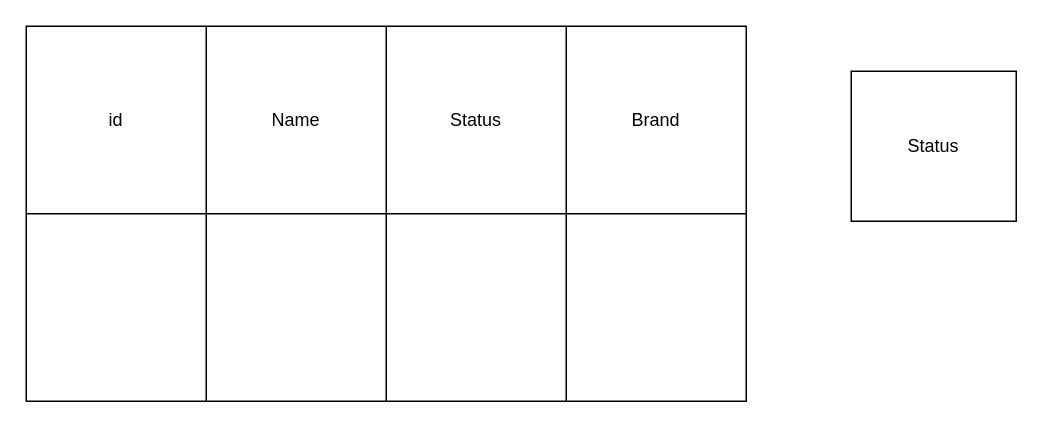
The draw.io diagram schema-design/product.drawio in pritammimo/node-with-drizzle, before the edit. Source tidied: cells renumbered, new cells numbered last; positions are measured from the earlier drawing's top-left corner, leaving out a move shared by most shapes. Both pictures are drawn from the tidied source at 150%, with x=0, y=0 at pixel (26, 26).
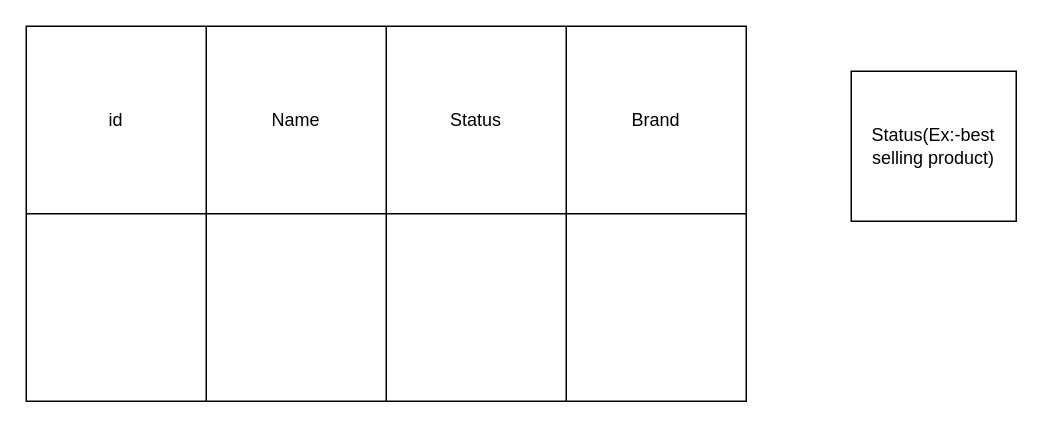
The same diagram, later.

The edit, as a diff of the source:
```diff
@@
 <mxGraphModel>
   <root>
     <mxCell id="0" />
     <mxCell id="1" parent="0" />
     <mxCell id="2" style="shape=table;startSize=0;childLayout=tableLayout;" parent="1" vertex="1">
       <mxGeometry width="480" height="250" as="geometry" />
     </mxCell>
     <mxCell id="3" style="shape=tableRow;horizontal=0;startSize=0;swimlaneHead=0;swimlaneBody=0;top=0;left=0;bottom=0;right=0;fillColor=none;" parent="2" vertex="1">
       <mxGeometry width="480" height="125" as="geometry" />
     </mxCell>
     <mxCell id="4" value="id" style="shape=partialRectangle;html=1;whiteSpace=wrap;overflow=hidden;fillColor=none;top=0;left=0;bottom=0;right=0;" parent="3" vertex="1">
       <mxGeometry width="120" height="125" as="geometry" />
     </mxCell>
     <mxCell id="5" value="Name" style="shape=partialRectangle;html=1;whiteSpace=wrap;overflow=hidden;fillColor=none;top=0;left=0;bottom=0;right=0;" parent="3" vertex="1">
       <mxGeometry x="120" width="120" height="125" as="geometry" />
     </mxCell>
     <mxCell id="6" value="Status" style="shape=partialRectangle;html=1;whiteSpace=wrap;overflow=hidden;fillColor=none;top=0;left=0;bottom=0;right=0;" parent="3" vertex="1">
       <mxGeometry x="240" width="120" height="125" as="geometry" />
     </mxCell>
     <mxCell id="7" value="Brand" style="shape=partialRectangle;html=1;whiteSpace=wrap;overflow=hidden;fillColor=none;top=0;left=0;bottom=0;right=0;" parent="3" vertex="1">
       <mxGeometry x="360" width="120" height="125" as="geometry" />
     </mxCell>
     <mxCell id="8" style="shape=tableRow;horizontal=0;startSize=0;swimlaneHead=0;swimlaneBody=0;top=0;left=0;bottom=0;right=0;fillColor=none;" parent="2" vertex="1">
       <mxGeometry y="125" width="480" height="125" as="geometry" />
     </mxCell>
     <mxCell id="9" style="shape=partialRectangle;html=1;whiteSpace=wrap;overflow=hidden;fillColor=none;top=0;left=0;bottom=0;right=0;" parent="8" vertex="1">
       <mxGeometry width="120" height="125" as="geometry" />
     </mxCell>
     <mxCell id="10" style="shape=partialRectangle;html=1;whiteSpace=wrap;overflow=hidden;fillColor=none;top=0;left=0;bottom=0;right=0;" parent="8" vertex="1">
       <mxGeometry x="120" width="120" height="125" as="geometry" />
     </mxCell>
     <mxCell id="11" style="shape=partialRectangle;html=1;whiteSpace=wrap;overflow=hidden;fillColor=none;top=0;left=0;bottom=0;right=0;" parent="8" vertex="1">
       <mxGeometry x="240" width="120" height="125" as="geometry" />
     </mxCell>
     <mxCell id="12" style="shape=partialRectangle;html=1;whiteSpace=wrap;overflow=hidden;fillColor=none;top=0;left=0;bottom=0;right=0;" parent="8" vertex="1">
       <mxGeometry x="360" width="120" height="125" as="geometry" />
     </mxCell>
     <mxCell id="13" style="shape=table;startSize=0;childLayout=tableLayout;" parent="1" vertex="1">
       <mxGeometry x="550" y="30" width="110" height="100" as="geometry" />
     </mxCell>
     <mxCell id="14" style="shape=tableRow;horizontal=0;startSize=0;swimlaneHead=0;swimlaneBody=0;top=0;left=0;bottom=0;right=0;fillColor=none;" parent="13" vertex="1">
       <mxGeometry width="110" height="100" as="geometry" />
     </mxCell>
-    <mxCell id="15" value="Status" style="shape=partialRectangle;html=1;whiteSpace=wrap;overflow=hidden;fillColor=none;top=0;left=0;bottom=0;right=0;" parent="14" vertex="1">
+    <mxCell id="15" value="Status(Ex:-best selling product)" style="shape=partialRectangle;html=1;whiteSpace=wrap;overflow=hidden;fillColor=none;top=0;left=0;bottom=0;right=0;" parent="14" vertex="1">
       <mxGeometry width="110" height="100" as="geometry" />
     </mxCell>
   </root>
 </mxGraphModel>
```
